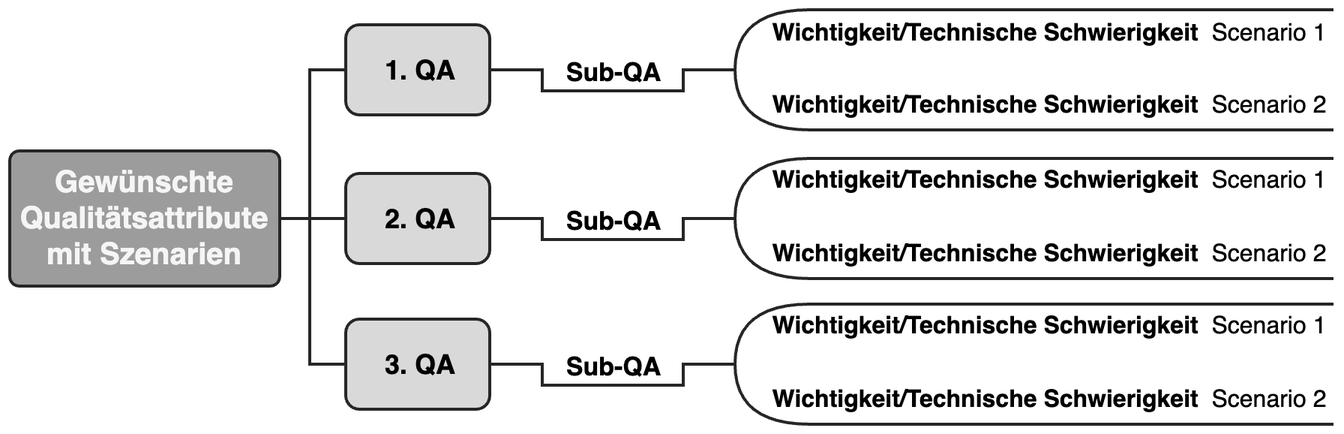
This is graphics/utility-tree.drawio.png from axherrm/bachelorarbeit, a draw.io export, as it was before one commit. Source tidied: cells renumbered, new cells last; positions are measured from the earlier drawing's top-left corner, leaving out a move shared by most shapes. Source of this version:
```xml
<mxGraphModel>
  <root>
    <mxCell id="0" />
    <mxCell id="1" parent="0" />
    <mxCell id="2" style="edgeStyle=elbowEdgeStyle;rounded=0;jettySize=auto;html=1;endArrow=none;endFill=0;strokeWidth=2;strokeColor=#262626;" parent="1" edge="1" source="5" target="6">
      <mxGeometry relative="1" as="geometry" />
    </mxCell>
    <mxCell id="3" style="edgeStyle=elbowEdgeStyle;rounded=0;jettySize=auto;html=1;endArrow=none;endFill=0;strokeWidth=2;strokeColor=#262626;exitX=1;exitY=0.5;exitDx=0;exitDy=0;" parent="1" edge="1" source="5" target="7">
      <mxGeometry relative="1" as="geometry">
        <Array as="points">
          <mxPoint x="200" y="184" />
        </Array>
      </mxGeometry>
    </mxCell>
    <mxCell id="4" style="edgeStyle=elbowEdgeStyle;rounded=0;orthogonalLoop=1;jettySize=auto;html=1;endArrow=none;endFill=0;strokeWidth=2;strokeColor=#262626;" parent="1" edge="1">
      <mxGeometry relative="1" as="geometry">
        <mxPoint x="200" y="141" as="sourcePoint" />
        <mxPoint x="244" y="40" as="targetPoint" />
        <Array as="points">
          <mxPoint x="200" y="139" />
        </Array>
      </mxGeometry>
    </mxCell>
    <mxCell id="5" value="Gewünschte Qualitätsattribute mit Szenarien" style="rounded=1;whiteSpace=wrap;html=1;fillColor=#9C9C9C;strokeColor=#262626;fontSize=20;arcSize=7;fontColor=#F5F5F5;gradientColor=none;fontStyle=1;strokeWidth=2;" parent="1" vertex="1">
      <mxGeometry y="94" width="180" height="90" as="geometry" />
    </mxCell>
    <mxCell id="6" value="2. QA" style="rounded=1;whiteSpace=wrap;html=1;align=center;spacingLeft=4;fontSize=18;fontStyle=1;fillColor=#D9D9D9;strokeColor=#262626;strokeWidth=2;" parent="1" vertex="1">
      <mxGeometry x="224" y="109" width="96" height="60" as="geometry" />
    </mxCell>
    <mxCell id="7" value="3. QA" style="rounded=1;whiteSpace=wrap;html=1;align=center;spacingLeft=4;fontSize=18;fontStyle=1;fillColor=#D9D9D9;strokeColor=#262626;strokeWidth=2;" parent="1" vertex="1">
      <mxGeometry x="224" y="206" width="96" height="60" as="geometry" />
    </mxCell>
    <mxCell id="8" value="1. QA" style="rounded=1;whiteSpace=wrap;html=1;align=center;spacingLeft=4;fontSize=18;fontStyle=1;fillColor=#D9D9D9;strokeColor=#262626;strokeWidth=2;" parent="1" vertex="1">
      <mxGeometry x="224" y="10" width="96" height="60" as="geometry" />
    </mxCell>
    <mxCell id="9" value="Sub-QA" style="text;strokeColor=none;fillColor=none;html=1;align=center;verticalAlign=middle;whiteSpace=wrap;rounded=0;fontSize=17;fontStyle=1;" parent="1" vertex="1">
      <mxGeometry x="368" y="27" width="70" height="30" as="geometry" />
    </mxCell>
    <mxCell id="10" style="edgeStyle=none;curved=1;rounded=0;orthogonalLoop=1;jettySize=auto;html=1;endArrow=none;startSize=14;endSize=14;sourcePerimeterSpacing=0;targetPerimeterSpacing=0;endFill=0;strokeWidth=2;strokeColor=#262626;" parent="1" edge="1">
      <mxGeometry relative="1" as="geometry">
        <mxPoint x="321" y="40" as="sourcePoint" />
        <mxPoint x="356" y="40" as="targetPoint" />
      </mxGeometry>
    </mxCell>
    <mxCell id="11" style="edgeStyle=none;curved=1;rounded=0;orthogonalLoop=1;jettySize=auto;html=1;endArrow=none;startSize=14;endSize=14;sourcePerimeterSpacing=0;targetPerimeterSpacing=0;endFill=0;strokeWidth=2;strokeColor=#262626;" parent="1" edge="1">
      <mxGeometry relative="1" as="geometry">
        <mxPoint x="448" y="40" as="sourcePoint" />
        <mxPoint x="483" y="40" as="targetPoint" />
      </mxGeometry>
    </mxCell>
    <mxCell id="12" style="edgeStyle=none;curved=1;rounded=0;orthogonalLoop=1;jettySize=auto;html=1;endArrow=none;startSize=14;endSize=14;sourcePerimeterSpacing=0;targetPerimeterSpacing=0;endFill=0;strokeWidth=2;strokeColor=#262626;" parent="1" edge="1">
      <mxGeometry relative="1" as="geometry">
        <mxPoint x="354" y="54" as="sourcePoint" />
        <mxPoint x="450" y="54" as="targetPoint" />
      </mxGeometry>
    </mxCell>
    <mxCell id="13" style="edgeStyle=none;curved=1;rounded=0;orthogonalLoop=1;jettySize=auto;html=1;endArrow=none;startSize=14;endSize=14;sourcePerimeterSpacing=0;targetPerimeterSpacing=0;endFill=0;strokeWidth=2;strokeColor=#262626;" parent="1" edge="1">
      <mxGeometry relative="1" as="geometry">
        <mxPoint x="355" y="54" as="sourcePoint" />
        <mxPoint x="355" y="39" as="targetPoint" />
      </mxGeometry>
    </mxCell>
    <mxCell id="14" style="edgeStyle=none;curved=1;rounded=0;orthogonalLoop=1;jettySize=auto;html=1;endArrow=none;startSize=14;endSize=14;sourcePerimeterSpacing=0;targetPerimeterSpacing=0;endFill=0;strokeWidth=2;strokeColor=#262626;" parent="1" edge="1">
      <mxGeometry relative="1" as="geometry">
        <mxPoint x="449" y="55" as="sourcePoint" />
        <mxPoint x="449" y="40" as="targetPoint" />
      </mxGeometry>
    </mxCell>
    <mxCell id="15" value="&lt;b style=&quot;border-color: var(--border-color);&quot;&gt;Wichtigkeit/Technische Schwierigkeit&lt;/b&gt;&amp;nbsp; Scenario 2" style="text;strokeColor=none;fillColor=none;html=1;align=center;verticalAlign=middle;whiteSpace=wrap;rounded=0;fontSize=16;" parent="1" vertex="1">
      <mxGeometry x="507" y="49" width="373" height="30" as="geometry" />
    </mxCell>
    <mxCell id="16" value="Sub-QA" style="text;strokeColor=none;fillColor=none;html=1;align=center;verticalAlign=middle;whiteSpace=wrap;rounded=0;fontSize=17;fontStyle=1;" parent="1" vertex="1">
      <mxGeometry x="368" y="126" width="70" height="30" as="geometry" />
    </mxCell>
    <mxCell id="17" style="edgeStyle=none;curved=1;rounded=0;orthogonalLoop=1;jettySize=auto;html=1;endArrow=none;startSize=14;endSize=14;sourcePerimeterSpacing=0;targetPerimeterSpacing=0;endFill=0;strokeWidth=2;strokeColor=#262626;" parent="1" edge="1">
      <mxGeometry relative="1" as="geometry">
        <mxPoint x="321" y="139" as="sourcePoint" />
        <mxPoint x="356" y="139" as="targetPoint" />
      </mxGeometry>
    </mxCell>
    <mxCell id="18" style="edgeStyle=none;curved=1;rounded=0;orthogonalLoop=1;jettySize=auto;html=1;endArrow=none;startSize=14;endSize=14;sourcePerimeterSpacing=0;targetPerimeterSpacing=0;endFill=0;strokeWidth=2;strokeColor=#262626;" parent="1" edge="1">
      <mxGeometry relative="1" as="geometry">
        <mxPoint x="448" y="139" as="sourcePoint" />
        <mxPoint x="483" y="139" as="targetPoint" />
      </mxGeometry>
    </mxCell>
    <mxCell id="19" style="edgeStyle=none;curved=1;rounded=0;orthogonalLoop=1;jettySize=auto;html=1;endArrow=none;startSize=14;endSize=14;sourcePerimeterSpacing=0;targetPerimeterSpacing=0;endFill=0;strokeWidth=2;strokeColor=#262626;" parent="1" edge="1">
      <mxGeometry relative="1" as="geometry">
        <mxPoint x="354" y="153" as="sourcePoint" />
        <mxPoint x="450" y="153" as="targetPoint" />
      </mxGeometry>
    </mxCell>
    <mxCell id="20" style="edgeStyle=none;curved=1;rounded=0;orthogonalLoop=1;jettySize=auto;html=1;endArrow=none;startSize=14;endSize=14;sourcePerimeterSpacing=0;targetPerimeterSpacing=0;endFill=0;strokeWidth=2;strokeColor=#262626;" parent="1" edge="1">
      <mxGeometry relative="1" as="geometry">
        <mxPoint x="355" y="153" as="sourcePoint" />
        <mxPoint x="355" y="138" as="targetPoint" />
      </mxGeometry>
    </mxCell>
    <mxCell id="21" style="edgeStyle=none;curved=1;rounded=0;orthogonalLoop=1;jettySize=auto;html=1;endArrow=none;startSize=14;endSize=14;sourcePerimeterSpacing=0;targetPerimeterSpacing=0;endFill=0;strokeWidth=2;strokeColor=#262626;" parent="1" edge="1">
      <mxGeometry relative="1" as="geometry">
        <mxPoint x="449" y="154" as="sourcePoint" />
        <mxPoint x="449" y="139" as="targetPoint" />
      </mxGeometry>
    </mxCell>
    <mxCell id="22" style="endArrow=none;html=1;rounded=0;edgeStyle=orthogonalEdgeStyle;curved=1;strokeWidth=2;strokeColor=#262626;" parent="1" edge="1">
      <mxGeometry relative="1" as="geometry">
        <mxPoint x="533.5" y="179" as="sourcePoint" />
        <mxPoint x="533.5" y="99" as="targetPoint" />
        <Array as="points">
          <mxPoint x="483.5" y="179" />
          <mxPoint x="483.5" y="99" />
        </Array>
      </mxGeometry>
    </mxCell>
    <mxCell id="23" style="edgeStyle=none;curved=1;rounded=0;orthogonalLoop=1;jettySize=auto;html=1;endArrow=none;startSize=14;endSize=14;sourcePerimeterSpacing=0;targetPerimeterSpacing=0;endFill=0;strokeWidth=2;strokeColor=#262626;" parent="1" edge="1">
      <mxGeometry relative="1" as="geometry">
        <mxPoint x="533.5" y="179" as="sourcePoint" />
        <mxPoint x="882.5" y="179" as="targetPoint" />
      </mxGeometry>
    </mxCell>
    <mxCell id="24" style="edgeStyle=none;curved=1;rounded=0;orthogonalLoop=1;jettySize=auto;html=1;endArrow=none;startSize=14;endSize=14;sourcePerimeterSpacing=0;targetPerimeterSpacing=0;endFill=0;strokeWidth=2;strokeColor=#262626;" parent="1" edge="1">
      <mxGeometry relative="1" as="geometry">
        <mxPoint x="531.5" y="99" as="sourcePoint" />
        <mxPoint x="882.5" y="99" as="targetPoint" />
      </mxGeometry>
    </mxCell>
    <mxCell id="25" value="Sub-QA" style="text;strokeColor=none;fillColor=none;html=1;align=center;verticalAlign=middle;whiteSpace=wrap;rounded=0;fontSize=17;fontStyle=1;" parent="1" vertex="1">
      <mxGeometry x="368" y="223" width="70" height="30" as="geometry" />
    </mxCell>
    <mxCell id="26" style="edgeStyle=none;curved=1;rounded=0;orthogonalLoop=1;jettySize=auto;html=1;endArrow=none;startSize=14;endSize=14;sourcePerimeterSpacing=0;targetPerimeterSpacing=0;endFill=0;strokeWidth=2;strokeColor=#262626;" parent="1" edge="1">
      <mxGeometry relative="1" as="geometry">
        <mxPoint x="321" y="236" as="sourcePoint" />
        <mxPoint x="356" y="236" as="targetPoint" />
      </mxGeometry>
    </mxCell>
    <mxCell id="27" style="edgeStyle=none;curved=1;rounded=0;orthogonalLoop=1;jettySize=auto;html=1;endArrow=none;startSize=14;endSize=14;sourcePerimeterSpacing=0;targetPerimeterSpacing=0;endFill=0;strokeWidth=2;strokeColor=#262626;" parent="1" edge="1">
      <mxGeometry relative="1" as="geometry">
        <mxPoint x="448" y="236" as="sourcePoint" />
        <mxPoint x="483" y="236" as="targetPoint" />
      </mxGeometry>
    </mxCell>
    <mxCell id="28" style="edgeStyle=none;curved=1;rounded=0;orthogonalLoop=1;jettySize=auto;html=1;endArrow=none;startSize=14;endSize=14;sourcePerimeterSpacing=0;targetPerimeterSpacing=0;endFill=0;strokeWidth=2;strokeColor=#262626;" parent="1" edge="1">
      <mxGeometry relative="1" as="geometry">
        <mxPoint x="354" y="250" as="sourcePoint" />
        <mxPoint x="450" y="250" as="targetPoint" />
      </mxGeometry>
    </mxCell>
    <mxCell id="29" style="edgeStyle=none;curved=1;rounded=0;orthogonalLoop=1;jettySize=auto;html=1;endArrow=none;startSize=14;endSize=14;sourcePerimeterSpacing=0;targetPerimeterSpacing=0;endFill=0;strokeWidth=2;strokeColor=#262626;" parent="1" edge="1">
      <mxGeometry relative="1" as="geometry">
        <mxPoint x="355" y="250" as="sourcePoint" />
        <mxPoint x="355" y="235" as="targetPoint" />
      </mxGeometry>
    </mxCell>
    <mxCell id="30" style="edgeStyle=none;curved=1;rounded=0;orthogonalLoop=1;jettySize=auto;html=1;endArrow=none;startSize=14;endSize=14;sourcePerimeterSpacing=0;targetPerimeterSpacing=0;endFill=0;strokeWidth=2;strokeColor=#262626;" parent="1" edge="1">
      <mxGeometry relative="1" as="geometry">
        <mxPoint x="449" y="251" as="sourcePoint" />
        <mxPoint x="449" y="236" as="targetPoint" />
      </mxGeometry>
    </mxCell>
    <mxCell id="31" style="endArrow=none;html=1;rounded=0;edgeStyle=orthogonalEdgeStyle;curved=1;strokeWidth=2;strokeColor=#262626;" parent="1" edge="1">
      <mxGeometry relative="1" as="geometry">
        <mxPoint x="533.5" y="276" as="sourcePoint" />
        <mxPoint x="533.5" y="196" as="targetPoint" />
        <Array as="points">
          <mxPoint x="483.5" y="276" />
          <mxPoint x="483.5" y="196" />
        </Array>
      </mxGeometry>
    </mxCell>
    <mxCell id="32" style="edgeStyle=none;curved=1;rounded=0;orthogonalLoop=1;jettySize=auto;html=1;endArrow=none;startSize=14;endSize=14;sourcePerimeterSpacing=0;targetPerimeterSpacing=0;endFill=0;strokeWidth=2;strokeColor=#262626;" parent="1" edge="1">
      <mxGeometry relative="1" as="geometry">
        <mxPoint x="533.5" y="276" as="sourcePoint" />
        <mxPoint x="882.5" y="276" as="targetPoint" />
      </mxGeometry>
    </mxCell>
    <mxCell id="33" style="edgeStyle=none;curved=1;rounded=0;orthogonalLoop=1;jettySize=auto;html=1;endArrow=none;startSize=14;endSize=14;sourcePerimeterSpacing=0;targetPerimeterSpacing=0;endFill=0;strokeWidth=2;strokeColor=#262626;" parent="1" edge="1">
      <mxGeometry relative="1" as="geometry">
        <mxPoint x="531.5" y="196" as="sourcePoint" />
        <mxPoint x="882.5" y="196" as="targetPoint" />
      </mxGeometry>
    </mxCell>
    <mxCell id="34" value="&lt;b style=&quot;border-color: var(--border-color);&quot;&gt;Wichtigkeit/Technische Schwierigkeit&lt;/b&gt;&amp;nbsp; Scenario 1" style="text;strokeColor=none;fillColor=none;html=1;align=center;verticalAlign=middle;whiteSpace=wrap;rounded=0;fontSize=16;" parent="1" vertex="1">
      <mxGeometry x="507" y="1" width="373" height="30" as="geometry" />
    </mxCell>
    <mxCell id="35" style="endArrow=none;html=1;rounded=0;edgeStyle=orthogonalEdgeStyle;curved=1;strokeWidth=2;strokeColor=#262626;" parent="1" edge="1">
      <mxGeometry relative="1" as="geometry">
        <mxPoint x="533.5" y="80" as="sourcePoint" />
        <mxPoint x="533.5" as="targetPoint" />
        <Array as="points">
          <mxPoint x="483.5" y="80" />
          <mxPoint x="483.5" />
        </Array>
      </mxGeometry>
    </mxCell>
    <mxCell id="36" style="edgeStyle=none;curved=1;rounded=0;orthogonalLoop=1;jettySize=auto;html=1;endArrow=none;startSize=14;endSize=14;sourcePerimeterSpacing=0;targetPerimeterSpacing=0;endFill=0;strokeWidth=2;strokeColor=#262626;" parent="1" edge="1">
      <mxGeometry relative="1" as="geometry">
        <mxPoint x="533.5" y="80" as="sourcePoint" />
        <mxPoint x="882.5" y="80" as="targetPoint" />
      </mxGeometry>
    </mxCell>
    <mxCell id="37" style="edgeStyle=none;curved=1;rounded=0;orthogonalLoop=1;jettySize=auto;html=1;endArrow=none;startSize=14;endSize=14;sourcePerimeterSpacing=0;targetPerimeterSpacing=0;endFill=0;strokeWidth=2;strokeColor=#262626;" parent="1" edge="1">
      <mxGeometry relative="1" as="geometry">
        <mxPoint x="531.5" as="sourcePoint" />
        <mxPoint x="882.5" as="targetPoint" />
      </mxGeometry>
    </mxCell>
    <mxCell id="38" value="&lt;b style=&quot;border-color: var(--border-color);&quot;&gt;Wichtigkeit/Technische Schwierigkeit&lt;/b&gt;&amp;nbsp; Scenario 1" style="text;strokeColor=none;fillColor=none;html=1;align=center;verticalAlign=middle;whiteSpace=wrap;rounded=0;fontSize=16;" parent="1" vertex="1">
      <mxGeometry x="507" y="99" width="373" height="30" as="geometry" />
    </mxCell>
    <mxCell id="39" value="&lt;b style=&quot;border-color: var(--border-color);&quot;&gt;Wichtigkeit/Technische Schwierigkeit&lt;/b&gt;&amp;nbsp; Scenario 2" style="text;strokeColor=none;fillColor=none;html=1;align=center;verticalAlign=middle;whiteSpace=wrap;rounded=0;fontSize=16;" parent="1" vertex="1">
      <mxGeometry x="507" y="148" width="373" height="30" as="geometry" />
    </mxCell>
    <mxCell id="40" value="&lt;b style=&quot;border-color: var(--border-color);&quot;&gt;Wichtigkeit/Technische Schwierigkeit&lt;/b&gt;&amp;nbsp; Scenario 1" style="text;strokeColor=none;fillColor=none;html=1;align=center;verticalAlign=middle;whiteSpace=wrap;rounded=0;fontSize=16;" parent="1" vertex="1">
      <mxGeometry x="507" y="196" width="373" height="30" as="geometry" />
    </mxCell>
    <mxCell id="41" value="&lt;b style=&quot;border-color: var(--border-color);&quot;&gt;Wichtigkeit/Technische Schwierigkeit&lt;/b&gt;&amp;nbsp; Scenario 2" style="text;strokeColor=none;fillColor=none;html=1;align=center;verticalAlign=middle;whiteSpace=wrap;rounded=0;fontSize=16;" parent="1" vertex="1">
      <mxGeometry x="507" y="245" width="373" height="30" as="geometry" />
    </mxCell>
  </root>
</mxGraphModel>
```
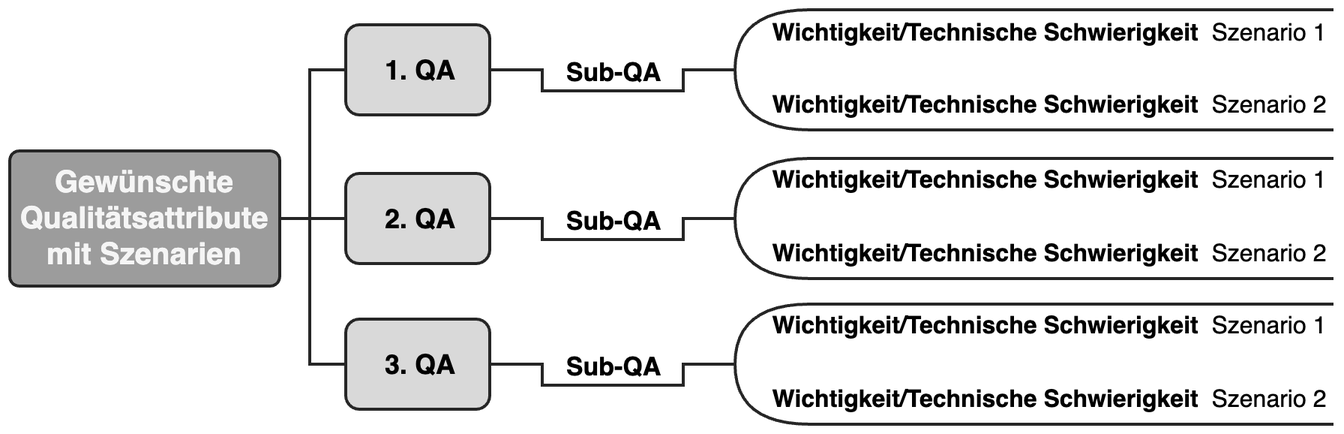
Above is the later version.

Commit message:
fix utility tree graphic

The edit, as a diff of the source:
```diff
@@ -66,7 +66,7 @@
         <mxPoint x="449" y="40" as="targetPoint" />
       </mxGeometry>
     </mxCell>
-    <mxCell id="15" value="&lt;b style=&quot;border-color: var(--border-color);&quot;&gt;Wichtigkeit/Technische Schwierigkeit&lt;/b&gt;&amp;nbsp; Scenario 2" style="text;strokeColor=none;fillColor=none;html=1;align=center;verticalAlign=middle;whiteSpace=wrap;rounded=0;fontSize=16;" parent="1" vertex="1">
+    <mxCell id="15" value="&lt;b style=&quot;border-color: var(--border-color);&quot;&gt;Wichtigkeit/Technische Schwierigkeit&lt;/b&gt;&amp;nbsp; Szenario 2" style="text;strokeColor=none;fillColor=none;html=1;align=center;verticalAlign=middle;whiteSpace=wrap;rounded=0;fontSize=16;" parent="1" vertex="1">
       <mxGeometry x="507" y="49" width="373" height="30" as="geometry" />
     </mxCell>
     <mxCell id="16" value="Sub-QA" style="text;strokeColor=none;fillColor=none;html=1;align=center;verticalAlign=middle;whiteSpace=wrap;rounded=0;fontSize=17;fontStyle=1;" parent="1" vertex="1">
@@ -179,7 +179,7 @@
         <mxPoint x="882.5" y="196" as="targetPoint" />
       </mxGeometry>
     </mxCell>
-    <mxCell id="34" value="&lt;b style=&quot;border-color: var(--border-color);&quot;&gt;Wichtigkeit/Technische Schwierigkeit&lt;/b&gt;&amp;nbsp; Scenario 1" style="text;strokeColor=none;fillColor=none;html=1;align=center;verticalAlign=middle;whiteSpace=wrap;rounded=0;fontSize=16;" parent="1" vertex="1">
+    <mxCell id="34" value="&lt;b style=&quot;border-color: var(--border-color);&quot;&gt;Wichtigkeit/Technische Schwierigkeit&lt;/b&gt;&amp;nbsp; Szenario 1" style="text;strokeColor=none;fillColor=none;html=1;align=center;verticalAlign=middle;whiteSpace=wrap;rounded=0;fontSize=16;" parent="1" vertex="1">
       <mxGeometry x="507" y="1" width="373" height="30" as="geometry" />
     </mxCell>
     <mxCell id="35" style="endArrow=none;html=1;rounded=0;edgeStyle=orthogonalEdgeStyle;curved=1;strokeWidth=2;strokeColor=#262626;" parent="1" edge="1">
@@ -204,16 +204,16 @@
         <mxPoint x="882.5" as="targetPoint" />
       </mxGeometry>
     </mxCell>
-    <mxCell id="38" value="&lt;b style=&quot;border-color: var(--border-color);&quot;&gt;Wichtigkeit/Technische Schwierigkeit&lt;/b&gt;&amp;nbsp; Scenario 1" style="text;strokeColor=none;fillColor=none;html=1;align=center;verticalAlign=middle;whiteSpace=wrap;rounded=0;fontSize=16;" parent="1" vertex="1">
+    <mxCell id="38" value="&lt;b style=&quot;border-color: var(--border-color);&quot;&gt;Wichtigkeit/Technische Schwierigkeit&lt;/b&gt;&amp;nbsp; Szenario 1" style="text;strokeColor=none;fillColor=none;html=1;align=center;verticalAlign=middle;whiteSpace=wrap;rounded=0;fontSize=16;" parent="1" vertex="1">
       <mxGeometry x="507" y="99" width="373" height="30" as="geometry" />
     </mxCell>
-    <mxCell id="39" value="&lt;b style=&quot;border-color: var(--border-color);&quot;&gt;Wichtigkeit/Technische Schwierigkeit&lt;/b&gt;&amp;nbsp; Scenario 2" style="text;strokeColor=none;fillColor=none;html=1;align=center;verticalAlign=middle;whiteSpace=wrap;rounded=0;fontSize=16;" parent="1" vertex="1">
+    <mxCell id="39" value="&lt;b style=&quot;border-color: var(--border-color);&quot;&gt;Wichtigkeit/Technische Schwierigkeit&lt;/b&gt;&amp;nbsp; Szenario 2" style="text;strokeColor=none;fillColor=none;html=1;align=center;verticalAlign=middle;whiteSpace=wrap;rounded=0;fontSize=16;" parent="1" vertex="1">
       <mxGeometry x="507" y="148" width="373" height="30" as="geometry" />
     </mxCell>
-    <mxCell id="40" value="&lt;b style=&quot;border-color: var(--border-color);&quot;&gt;Wichtigkeit/Technische Schwierigkeit&lt;/b&gt;&amp;nbsp; Scenario 1" style="text;strokeColor=none;fillColor=none;html=1;align=center;verticalAlign=middle;whiteSpace=wrap;rounded=0;fontSize=16;" parent="1" vertex="1">
+    <mxCell id="40" value="&lt;b style=&quot;border-color: var(--border-color);&quot;&gt;Wichtigkeit/Technische Schwierigkeit&lt;/b&gt;&amp;nbsp; Szenario 1" style="text;strokeColor=none;fillColor=none;html=1;align=center;verticalAlign=middle;whiteSpace=wrap;rounded=0;fontSize=16;" parent="1" vertex="1">
       <mxGeometry x="507" y="196" width="373" height="30" as="geometry" />
     </mxCell>
-    <mxCell id="41" value="&lt;b style=&quot;border-color: var(--border-color);&quot;&gt;Wichtigkeit/Technische Schwierigkeit&lt;/b&gt;&amp;nbsp; Scenario 2" style="text;strokeColor=none;fillColor=none;html=1;align=center;verticalAlign=middle;whiteSpace=wrap;rounded=0;fontSize=16;" parent="1" vertex="1">
+    <mxCell id="41" value="&lt;b style=&quot;border-color: var(--border-color);&quot;&gt;Wichtigkeit/Technische Schwierigkeit&lt;/b&gt;&amp;nbsp; Szenario 2" style="text;strokeColor=none;fillColor=none;html=1;align=center;verticalAlign=middle;whiteSpace=wrap;rounded=0;fontSize=16;" parent="1" vertex="1">
       <mxGeometry x="507" y="245" width="373" height="30" as="geometry" />
     </mxCell>
   </root>
```
